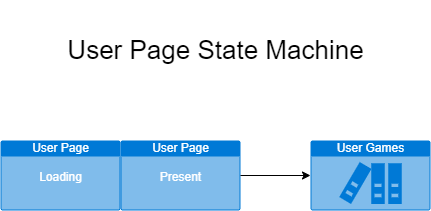
Earlier version of the draw.io export docs/diagrams/frontend/user-page.drawio.png (Gongamax/Gomoku-Web). Source tidied: cells renumbered, new cells last; positions are measured from the earlier drawing's top-left corner, leaving out a move shared by most shapes. Source of this version:
```xml
<mxGraphModel>
  <root>
    <mxCell id="0" />
    <mxCell id="1" parent="0" />
    <mxCell id="2" value="&lt;p style=&quot;line-height: 140%; font-size: 26px;&quot;&gt;User Page State Machine&lt;/p&gt;" style="text;html=1;align=center;verticalAlign=middle;strokeColor=none;fillColor=none;" parent="1" vertex="1">
      <mxGeometry x="55" width="320" height="100" as="geometry" />
    </mxCell>
    <mxCell id="3" value="User Page&lt;br&gt;&lt;br&gt;Loading" style="html=1;strokeColor=none;fillColor=#0079D6;labelPosition=center;verticalLabelPosition=middle;verticalAlign=top;align=center;fontSize=12;spacingTop=-6;fontColor=#FFFFFF;sketch=0;shape=mxgraph.sitemap.page;" parent="1" vertex="1">
      <mxGeometry y="140" width="120" height="70" as="geometry" />
    </mxCell>
    <mxCell id="4" style="edgeStyle=orthogonalEdgeStyle;rounded=0;jettySize=auto;html=1;" parent="1" edge="1" source="5">
      <mxGeometry relative="1" as="geometry">
        <mxPoint x="310" y="175" as="targetPoint" />
      </mxGeometry>
    </mxCell>
    <mxCell id="5" value="User Page&lt;br&gt;&lt;br&gt;Present" style="html=1;strokeColor=none;fillColor=#0079D6;labelPosition=center;verticalLabelPosition=middle;verticalAlign=top;align=center;fontSize=12;outlineConnect=0;spacingTop=-6;fontColor=#FFFFFF;sketch=0;shape=mxgraph.sitemap.page;" parent="1" vertex="1">
      <mxGeometry x="120" y="140" width="120" height="70" as="geometry" />
    </mxCell>
    <mxCell id="6" value="User Games" style="html=1;strokeColor=none;fillColor=#0079D6;labelPosition=center;verticalLabelPosition=middle;verticalAlign=top;align=center;fontSize=12;spacingTop=-6;fontColor=#FFFFFF;sketch=0;shape=mxgraph.sitemap.references;" parent="1" vertex="1">
      <mxGeometry x="310" y="140" width="120" height="70" as="geometry" />
    </mxCell>
  </root>
</mxGraphModel>
```
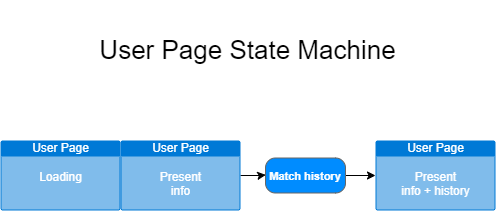
The same file after the commit.

What changed in the source:
```diff
@@ -3,21 +3,25 @@
     <mxCell id="0" />
     <mxCell id="1" parent="0" />
     <mxCell id="2" value="&lt;p style=&quot;line-height: 140%; font-size: 26px;&quot;&gt;User Page State Machine&lt;/p&gt;" style="text;html=1;align=center;verticalAlign=middle;strokeColor=none;fillColor=none;" parent="1" vertex="1">
-      <mxGeometry x="55" width="320" height="100" as="geometry" />
+      <mxGeometry x="87" width="320" height="100" as="geometry" />
     </mxCell>
     <mxCell id="3" value="User Page&lt;br&gt;&lt;br&gt;Loading" style="html=1;strokeColor=none;fillColor=#0079D6;labelPosition=center;verticalLabelPosition=middle;verticalAlign=top;align=center;fontSize=12;spacingTop=-6;fontColor=#FFFFFF;sketch=0;shape=mxgraph.sitemap.page;" parent="1" vertex="1">
       <mxGeometry y="140" width="120" height="70" as="geometry" />
     </mxCell>
-    <mxCell id="4" style="edgeStyle=orthogonalEdgeStyle;rounded=0;jettySize=auto;html=1;" parent="1" edge="1" source="5">
-      <mxGeometry relative="1" as="geometry">
-        <mxPoint x="310" y="175" as="targetPoint" />
-      </mxGeometry>
+    <mxCell id="4" style="edgeStyle=orthogonalEdgeStyle;rounded=0;jettySize=auto;html=1;entryX=0.003;entryY=0.483;entryDx=0;entryDy=0;entryPerimeter=0;" parent="1" edge="1" source="5" target="9">
+      <mxGeometry relative="1" as="geometry" />
     </mxCell>
-    <mxCell id="5" value="User Page&lt;br&gt;&lt;br&gt;Present" style="html=1;strokeColor=none;fillColor=#0079D6;labelPosition=center;verticalLabelPosition=middle;verticalAlign=top;align=center;fontSize=12;outlineConnect=0;spacingTop=-6;fontColor=#FFFFFF;sketch=0;shape=mxgraph.sitemap.page;" parent="1" vertex="1">
+    <mxCell id="5" value="User Page&lt;br&gt;&lt;br&gt;Present&lt;br&gt;info" style="html=1;strokeColor=none;fillColor=#0079D6;labelPosition=center;verticalLabelPosition=middle;verticalAlign=top;align=center;fontSize=12;outlineConnect=0;spacingTop=-6;fontColor=#FFFFFF;sketch=0;shape=mxgraph.sitemap.page;" parent="1" vertex="1">
       <mxGeometry x="120" y="140" width="120" height="70" as="geometry" />
     </mxCell>
-    <mxCell id="6" value="User Games" style="html=1;strokeColor=none;fillColor=#0079D6;labelPosition=center;verticalLabelPosition=middle;verticalAlign=top;align=center;fontSize=12;spacingTop=-6;fontColor=#FFFFFF;sketch=0;shape=mxgraph.sitemap.references;" parent="1" vertex="1">
-      <mxGeometry x="310" y="140" width="120" height="70" as="geometry" />
-    </mxCell>
+    <mxCell id="7" value="User Page&lt;br&gt;&lt;br&gt;Present&lt;br&gt;info + history" style="html=1;strokeColor=none;fillColor=#0079D6;labelPosition=center;verticalLabelPosition=middle;verticalAlign=top;align=center;fontSize=12;outlineConnect=0;spacingTop=-6;fontColor=#FFFFFF;sketch=0;shape=mxgraph.sitemap.page;" parent="1" vertex="1">
+      <mxGeometry x="375" y="140" width="120" height="70" as="geometry" />
+    </mxCell>
+    <mxCell id="8" style="edgeStyle=orthogonalEdgeStyle;rounded=0;jettySize=auto;html=1;entryX=0;entryY=0.5;entryDx=0;entryDy=0;entryPerimeter=0;" parent="1" edge="1" source="9" target="7">
+      <mxGeometry relative="1" as="geometry" />
+    </mxCell>
+    <mxCell id="9" value="&lt;font style=&quot;font-size: 11px;&quot;&gt;Match history&lt;/font&gt;" style="strokeWidth=1;shadow=0;dashed=0;align=center;html=1;shape=mxgraph.mockup.buttons.button;strokeColor=#666666;fontColor=#ffffff;mainText=;buttonStyle=round;fontSize=17;fontStyle=1;fillColor=#008cff;whiteSpace=wrap;" parent="1" vertex="1">
+      <mxGeometry x="265" y="157.5" width="80" height="35" as="geometry" />
+    </mxCell>
   </root>
 </mxGraphModel>
```
